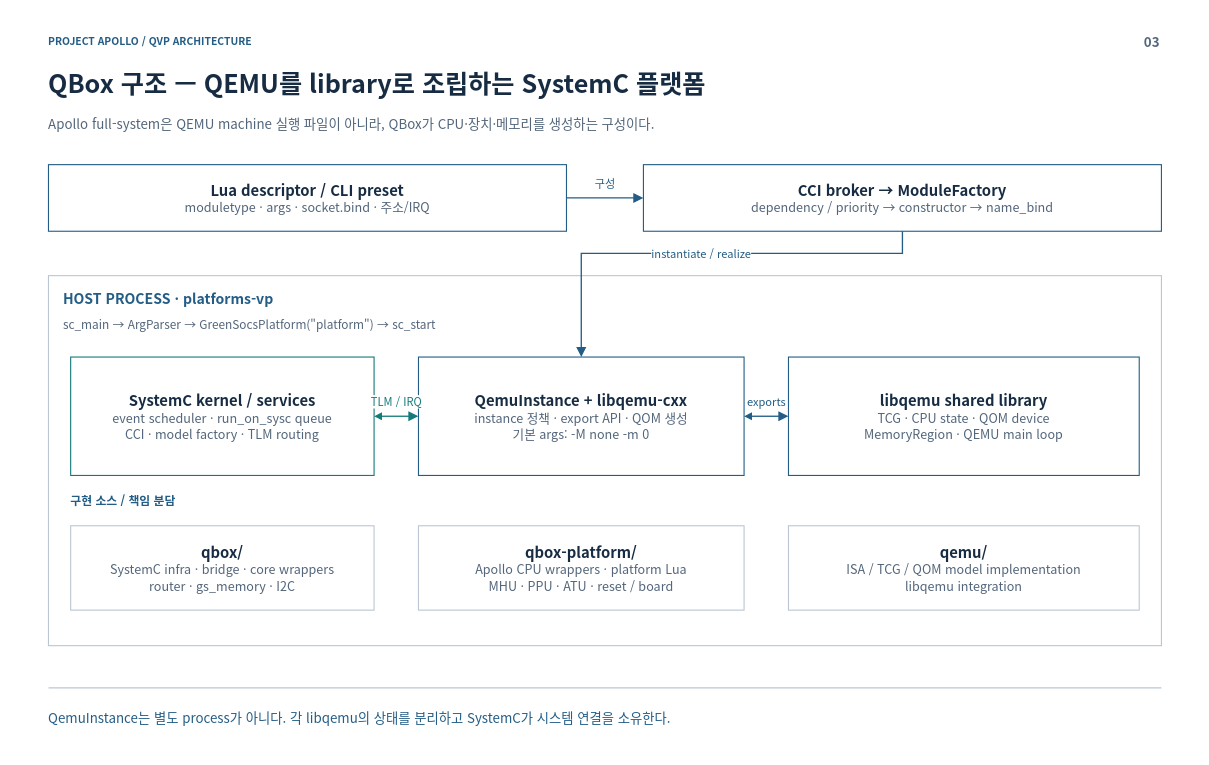
This is page "03-qbox-core" (3 of 13) of doc/phase1/qbox/apollo-qvp-architecture.drawio from cometzero/project-apollo, a draw.io file, before an edit. Source tidied: cells renumbered, new cells numbered last; positions are measured from the earlier drawing's top-left corner, leaving out a move shared by most shapes. Both pictures are drawn from the tidied source at 74%, with x=0, y=0 at pixel (13, 13).
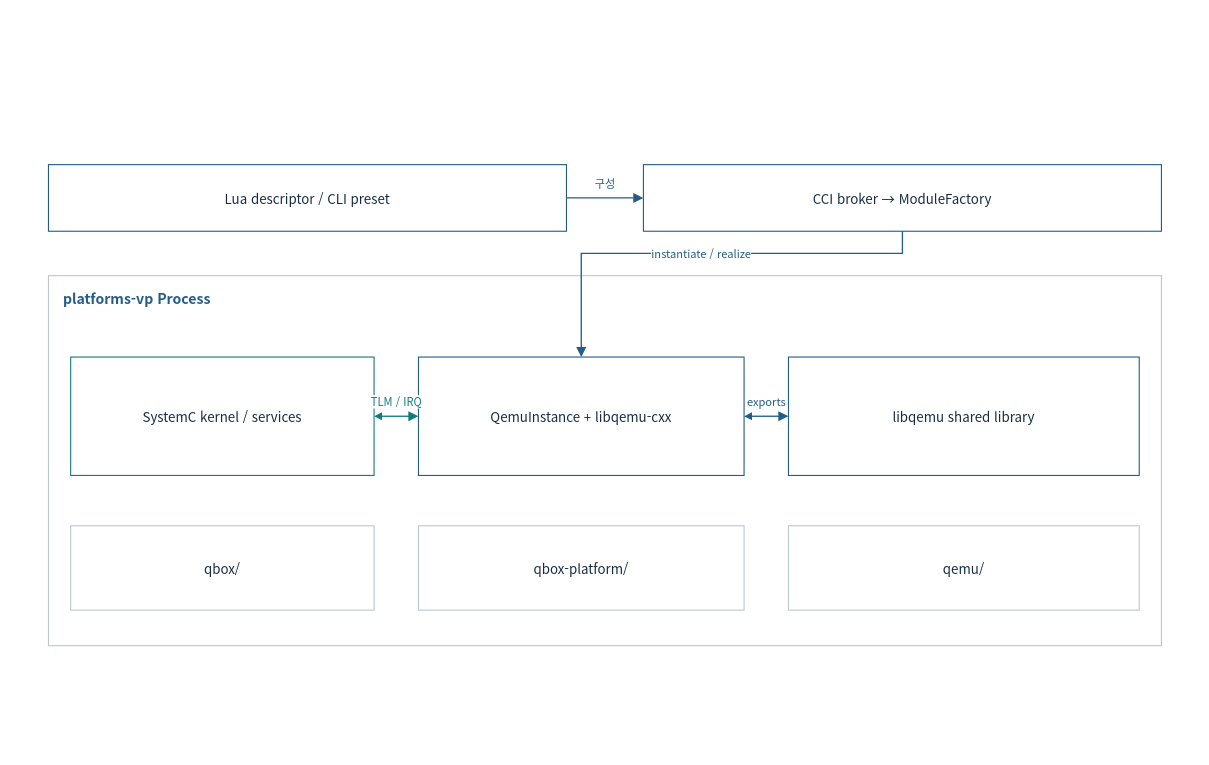
After the change.

The edit, as a diff of the source:
```diff
@@
-    <mxCell id="2" style="rounded=0;whiteSpace=wrap;html=1;fillColor=#FFFFFF;strokeColor=none;strokeWidth=1.5;fontColor=#172C43;fontFamily=Noto Sans CJK KR;fontSize=18;spacing=14;" parent="1" vertex="1">
-      <mxGeometry width="1600" height="1000" as="geometry" />
-    </mxCell>
-    <mxCell id="3" value="PROJECT APOLLO  /  QVP ARCHITECTURE" style="rounded=0;whiteSpace=wrap;html=1;fillColor=#FFFFFF;strokeColor=none;strokeWidth=1.5;fontColor=#172C43;fontFamily=Noto Sans CJK KR;fontSize=18;spacing=14;fillColor=none;align=left;verticalAlign=middle;spacing=0;fontSize=14;fontColor=#235D86;fontStyle=1;" parent="1" vertex="1">
-      <mxGeometry x="48" y="26" width="1400" height="24" as="geometry" />
-    </mxCell>
-    <mxCell id="4" value="03" style="rounded=0;whiteSpace=wrap;html=1;fillColor=#FFFFFF;strokeColor=none;strokeWidth=1.5;fontColor=#172C43;fontFamily=Noto Sans CJK KR;fontSize=18;spacing=14;fillColor=none;align=right;verticalAlign=middle;spacing=0;fontSize=18;fontColor=#52657A;fontStyle=1;" parent="1" vertex="1">
-      <mxGeometry x="1485" y="23" width="65" height="30" as="geometry" />
-    </mxCell>
-    <mxCell id="5" value="QBox 구조 — QEMU를 library로 조립하는 SystemC 플랫폼" style="rounded=0;whiteSpace=wrap;html=1;fillColor=#FFFFFF;strokeColor=none;strokeWidth=1.5;fontColor=#172C43;fontFamily=Noto Sans CJK KR;fontSize=18;spacing=14;fillColor=none;align=left;verticalAlign=middle;spacing=0;fontSize=34;fontColor=#172C43;fontStyle=1;" parent="1" vertex="1">
-      <mxGeometry x="48" y="67" width="1504" height="54" as="geometry" />
-    </mxCell>
-    <mxCell id="6" value="Apollo full-system은 QEMU machine 실행 파일이 아니라, QBox가 CPU·장치·메모리를 생성하는 구성이다." style="rounded=0;whiteSpace=wrap;html=1;fillColor=#FFFFFF;strokeColor=none;strokeWidth=1.5;fontColor=#172C43;fontFamily=Noto Sans CJK KR;fontSize=18;spacing=14;fillColor=none;align=left;verticalAlign=middle;spacing=0;fontSize=18;fontColor=#52657A;" parent="1" vertex="1">
-      <mxGeometry x="48" y="127" width="1504" height="44" as="geometry" />
-    </mxCell>
-    <mxCell id="7" style="html=1;rounded=0;edgeStyle=none;endArrow=none;endSize=9;strokeColor=#BAC7D3;strokeWidth=1.6;fontColor=#BAC7D3;fontFamily=Noto Sans CJK KR;fontSize=15;labelBackgroundColor=#FFFFFF;" parent="1" edge="1">
-      <mxGeometry relative="1" as="geometry">
-        <mxPoint x="48" y="912" as="sourcePoint" />
-        <mxPoint x="1552" y="912" as="targetPoint" />
-      </mxGeometry>
-    </mxCell>
-    <mxCell id="8" value="QemuInstance는 별도 process가 아니다. 각 libqemu의 상태를 분리하고 SystemC가 시스템 연결을 소유한다." style="rounded=0;whiteSpace=wrap;html=1;fillColor=#FFFFFF;strokeColor=none;strokeWidth=1.5;fontColor=#172C43;fontFamily=Noto Sans CJK KR;fontSize=18;spacing=14;fillColor=none;align=left;verticalAlign=middle;spacing=0;fontSize=18;fontColor=#235D86;" parent="1" vertex="1">
-      <mxGeometry x="48" y="926" width="1504" height="52" as="geometry" />
-    </mxCell>
-    <mxCell id="9" value="&lt;b style=&quot;font-size:20px&quot;&gt;Lua descriptor / CLI preset&lt;/b&gt;&lt;br&gt;&lt;font color=&quot;#52657A&quot; style=&quot;font-size:17px&quot;&gt;moduletype · args · socket.bind · 주소/IRQ&lt;/font&gt;" style="rounded=0;whiteSpace=wrap;html=1;fillColor=#FFFFFF;strokeColor=#235D86;strokeWidth=1.5;fontColor=#172C43;fontFamily=Noto Sans CJK KR;fontSize=18;spacing=14;" parent="1" vertex="1">
+    <mxCell id="9" value="Lua descriptor / CLI preset" style="rounded=0;whiteSpace=wrap;html=1;fillColor=#FFFFFF;strokeColor=#235D86;strokeWidth=1.5;fontColor=#172C43;fontFamily=Noto Sans CJK KR;fontSize=18;spacing=14;" parent="1" vertex="1">
       <mxGeometry x="48" y="205" width="700" height="90" as="geometry" />
     </mxCell>
-    <mxCell id="10" value="&lt;b style=&quot;font-size:20px&quot;&gt;CCI broker → ModuleFactory&lt;/b&gt;&lt;br&gt;&lt;font color=&quot;#52657A&quot; style=&quot;font-size:17px&quot;&gt;dependency / priority → constructor → name_bind&lt;/font&gt;" style="rounded=0;whiteSpace=wrap;html=1;fillColor=#FFFFFF;strokeColor=#235D86;strokeWidth=1.5;fontColor=#172C43;fontFamily=Noto Sans CJK KR;fontSize=18;spacing=14;" parent="1" vertex="1">
+    <mxCell id="10" value="CCI broker → ModuleFactory" style="rounded=0;whiteSpace=wrap;html=1;fillColor=#FFFFFF;strokeColor=#235D86;strokeWidth=1.5;fontColor=#172C43;fontFamily=Noto Sans CJK KR;fontSize=18;spacing=14;" parent="1" vertex="1">
       <mxGeometry x="852" y="205" width="700" height="90" as="geometry" />
     </mxCell>
@@
-    <mxCell id="13" value="HOST PROCESS  ·  platforms-vp" style="rounded=0;whiteSpace=wrap;html=1;fillColor=#FFFFFF;strokeColor=none;strokeWidth=1.5;fontColor=#172C43;fontFamily=Noto Sans CJK KR;fontSize=18;spacing=14;fillColor=none;align=left;verticalAlign=middle;spacing=0;fontSize=19;fontColor=#235D86;fontStyle=1;" parent="1" vertex="1">
+    <mxCell id="13" value="platforms-vp Process" style="rounded=0;whiteSpace=wrap;html=1;fillColor=#FFFFFF;strokeColor=none;strokeWidth=1.5;fontColor=#172C43;fontFamily=Noto Sans CJK KR;fontSize=18;spacing=14;fillColor=none;align=left;verticalAlign=middle;spacing=0;fontSize=19;fontColor=#235D86;fontStyle=1;" parent="1" vertex="1">
       <mxGeometry x="68" y="370" width="1464" height="32" as="geometry" />
     </mxCell>
-    <mxCell id="14" value="sc_main → ArgParser → GreenSocsPlatform(&amp;quot;platform&amp;quot;) → sc_start" style="rounded=0;whiteSpace=wrap;html=1;fillColor=#FFFFFF;strokeColor=none;strokeWidth=1.5;fontColor=#172C43;fontFamily=Noto Sans CJK KR;fontSize=18;spacing=14;fillColor=none;align=left;verticalAlign=middle;spacing=0;fontSize=16;fontColor=#52657A;" parent="1" vertex="1">
-      <mxGeometry x="68" y="404" width="1464" height="32" as="geometry" />
-    </mxCell>
-    <mxCell id="15" value="&lt;b style=&quot;font-size:20px&quot;&gt;SystemC kernel / services&lt;/b&gt;&lt;br&gt;&lt;font color=&quot;#52657A&quot; style=&quot;font-size:17px&quot;&gt;event scheduler · run_on_sysc queue&lt;br&gt;CCI · model factory · TLM routing&lt;/font&gt;" style="rounded=0;whiteSpace=wrap;html=1;fillColor=#FFFFFF;strokeColor=#147B79;strokeWidth=1.5;fontColor=#172C43;fontFamily=Noto Sans CJK KR;fontSize=18;spacing=14;" parent="1" vertex="1">
+    <mxCell id="15" value="SystemC kernel / services" style="rounded=0;whiteSpace=wrap;html=1;fillColor=#FFFFFF;strokeColor=#147B79;strokeWidth=1.5;fontColor=#172C43;fontFamily=Noto Sans CJK KR;fontSize=18;spacing=14;" parent="1" vertex="1">
       <mxGeometry x="78" y="465" width="410" height="160" as="geometry" />
     </mxCell>
-    <mxCell id="16" value="&lt;b style=&quot;font-size:20px&quot;&gt;QemuInstance + libqemu-cxx&lt;/b&gt;&lt;br&gt;&lt;font color=&quot;#52657A&quot; style=&quot;font-size:17px&quot;&gt;instance 정책 · export API · QOM 생성&lt;br&gt;기본 args: -M none -m 0&lt;/font&gt;" style="rounded=0;whiteSpace=wrap;html=1;fillColor=#FFFFFF;strokeColor=#235D86;strokeWidth=1.5;fontColor=#172C43;fontFamily=Noto Sans CJK KR;fontSize=18;spacing=14;" parent="1" vertex="1">
+    <mxCell id="16" value="QemuInstance + libqemu-cxx" style="rounded=0;whiteSpace=wrap;html=1;fillColor=#FFFFFF;strokeColor=#235D86;strokeWidth=1.5;fontColor=#172C43;fontFamily=Noto Sans CJK KR;fontSize=18;spacing=14;" parent="1" vertex="1">
       <mxGeometry x="548" y="465" width="440" height="160" as="geometry" />
     </mxCell>
-    <mxCell id="17" value="&lt;b style=&quot;font-size:20px&quot;&gt;libqemu shared library&lt;/b&gt;&lt;br&gt;&lt;font color=&quot;#52657A&quot; style=&quot;font-size:17px&quot;&gt;TCG · CPU state · QOM device&lt;br&gt;MemoryRegion · QEMU main loop&lt;/font&gt;" style="rounded=0;whiteSpace=wrap;html=1;fillColor=#FFFFFF;strokeColor=#235D86;strokeWidth=1.5;fontColor=#172C43;fontFamily=Noto Sans CJK KR;fontSize=18;spacing=14;" parent="1" vertex="1">
+    <mxCell id="17" value="libqemu shared library" style="rounded=0;whiteSpace=wrap;html=1;fillColor=#FFFFFF;strokeColor=#235D86;strokeWidth=1.5;fontColor=#172C43;fontFamily=Noto Sans CJK KR;fontSize=18;spacing=14;" parent="1" vertex="1">
       <mxGeometry x="1048" y="465" width="474" height="160" as="geometry" />
     </mxCell>
@@
-    <mxCell id="21" value="구현 소스 / 책임 분담" style="rounded=0;whiteSpace=wrap;html=1;fillColor=#FFFFFF;strokeColor=none;strokeWidth=1.5;fontColor=#172C43;fontFamily=Noto Sans CJK KR;fontSize=18;spacing=14;fillColor=none;align=left;verticalAlign=middle;spacing=0;fontSize=16;fontColor=#235D86;fontStyle=1;" parent="1" vertex="1">
-      <mxGeometry x="78" y="644" width="1444" height="29" as="geometry" />
-    </mxCell>
-    <mxCell id="22" value="&lt;b style=&quot;font-size:20px&quot;&gt;qbox/&lt;/b&gt;&lt;br&gt;&lt;font color=&quot;#52657A&quot; style=&quot;font-size:17px&quot;&gt;SystemC infra · bridge · core wrappers&lt;br&gt;router · gs_memory · I2C&lt;/font&gt;" style="rounded=0;whiteSpace=wrap;html=1;fillColor=#FFFFFF;strokeColor=#BAC7D3;strokeWidth=1.5;fontColor=#172C43;fontFamily=Noto Sans CJK KR;fontSize=18;spacing=14;" parent="1" vertex="1">
+    <mxCell id="22" value="qbox/" style="rounded=0;whiteSpace=wrap;html=1;fillColor=#FFFFFF;strokeColor=#BAC7D3;strokeWidth=1.5;fontColor=#172C43;fontFamily=Noto Sans CJK KR;fontSize=18;spacing=14;" parent="1" vertex="1">
       <mxGeometry x="78" y="693" width="410" height="114" as="geometry" />
     </mxCell>
-    <mxCell id="23" value="&lt;b style=&quot;font-size:20px&quot;&gt;qbox-platform/&lt;/b&gt;&lt;br&gt;&lt;font color=&quot;#52657A&quot; style=&quot;font-size:17px&quot;&gt;Apollo CPU wrappers · platform Lua&lt;br&gt;MHU · PPU · ATU · reset / board&lt;/font&gt;" style="rounded=0;whiteSpace=wrap;html=1;fillColor=#FFFFFF;strokeColor=#BAC7D3;strokeWidth=1.5;fontColor=#172C43;fontFamily=Noto Sans CJK KR;fontSize=18;spacing=14;" parent="1" vertex="1">
+    <mxCell id="23" value="qbox-platform/" style="rounded=0;whiteSpace=wrap;html=1;fillColor=#FFFFFF;strokeColor=#BAC7D3;strokeWidth=1.5;fontColor=#172C43;fontFamily=Noto Sans CJK KR;fontSize=18;spacing=14;" parent="1" vertex="1">
       <mxGeometry x="548" y="693" width="440" height="114" as="geometry" />
     </mxCell>
-    <mxCell id="24" value="&lt;b style=&quot;font-size:20px&quot;&gt;qemu/&lt;/b&gt;&lt;br&gt;&lt;font color=&quot;#52657A&quot; style=&quot;font-size:17px&quot;&gt;ISA / TCG / QOM model implementation&lt;br&gt;libqemu integration&lt;/font&gt;" style="rounded=0;whiteSpace=wrap;html=1;fillColor=#FFFFFF;strokeColor=#BAC7D3;strokeWidth=1.5;fontColor=#172C43;fontFamily=Noto Sans CJK KR;fontSize=18;spacing=14;" parent="1" vertex="1">
+    <mxCell id="24" value="qemu/" style="rounded=0;whiteSpace=wrap;html=1;fillColor=#FFFFFF;strokeColor=#BAC7D3;strokeWidth=1.5;fontColor=#172C43;fontFamily=Noto Sans CJK KR;fontSize=18;spacing=14;" parent="1" vertex="1">
       <mxGeometry x="1048" y="693" width="474" height="114" as="geometry" />
     </mxCell>
```
